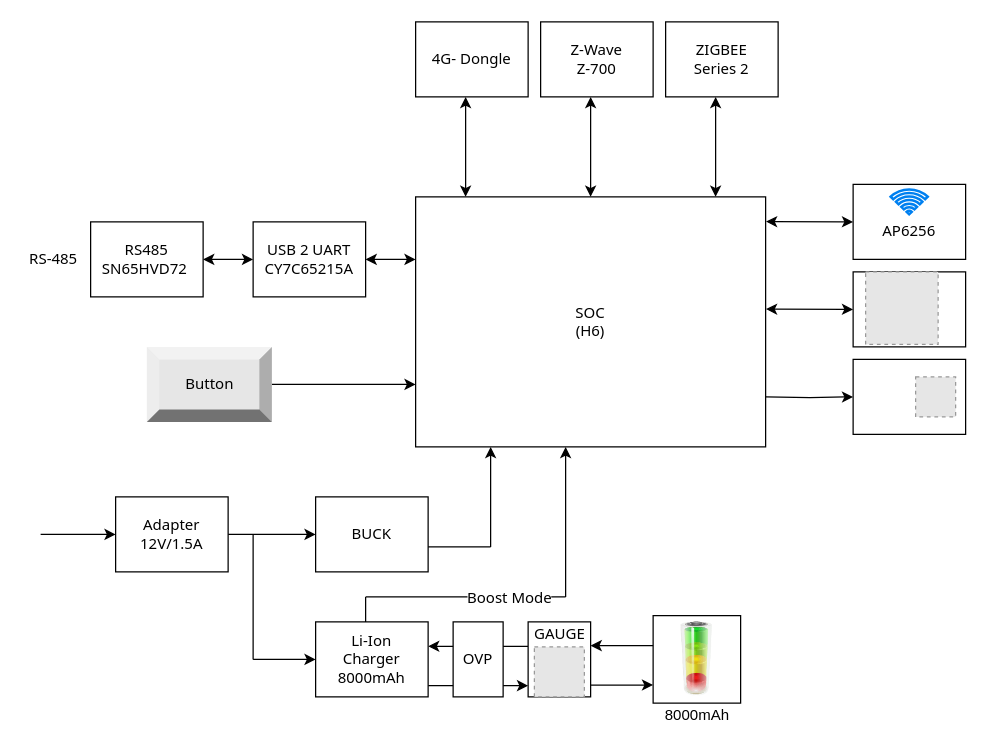
This is gateway.drawio from anhvanthe/01_my_drawio, a draw.io file, before an edit. Source tidied: cells renumbered, new cells numbered last; positions are measured from the earlier drawing's top-left corner, leaving out a move shared by most shapes. Both pictures are drawn from the tidied source at 125%, with x=0, y=0 at pixel (21, 21). Pictures stored in the file or linked from it are replaced by grey dashed boxes.
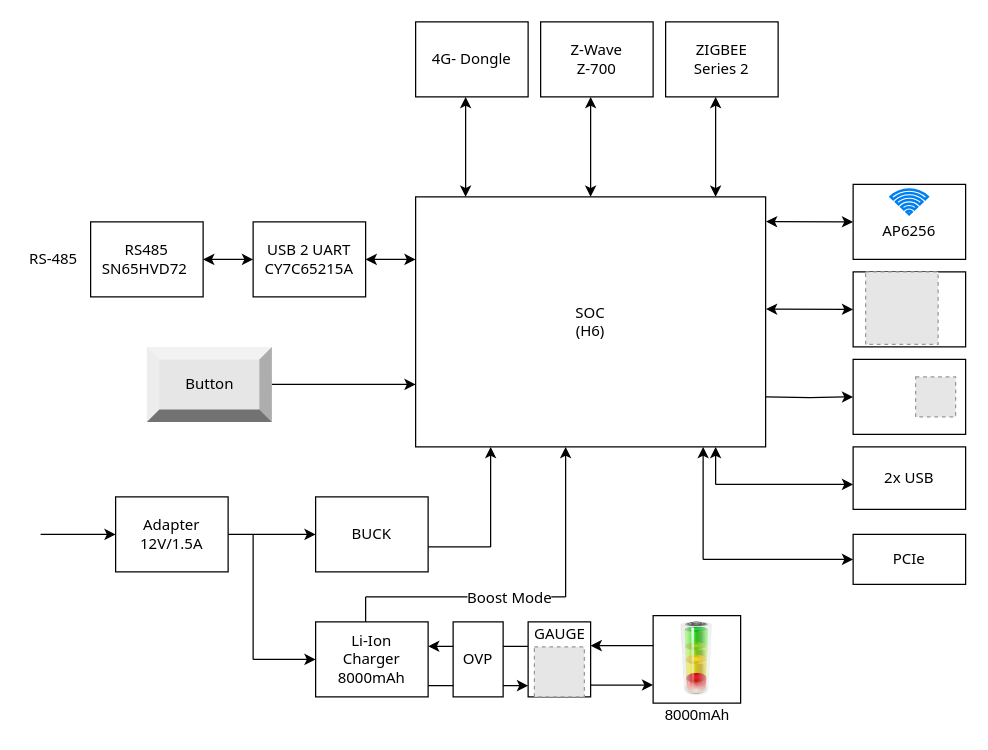
The same page after the edit.

What changed in the source:
```diff
@@
+    <mxCell id="49" value="2x USB" style="rounded=0;whiteSpace=wrap;html=1;fontFamily=Tahoma;" parent="1" vertex="1">
+      <mxGeometry x="665" y="340" width="90" height="50" as="geometry" />
+    </mxCell>
+    <mxCell id="50" style="endArrow=classic;html=1;" parent="1" edge="1">
+      <mxGeometry relative="1" as="geometry">
+        <mxPoint x="555" y="370" as="sourcePoint" />
+        <mxPoint x="665" y="370" as="targetPoint" />
+      </mxGeometry>
+    </mxCell>
+    <mxCell id="51" style="endArrow=none;html=1;startArrow=classic;startFill=1;" parent="1" edge="1">
+      <mxGeometry relative="1" as="geometry">
+        <mxPoint x="555" y="340" as="sourcePoint" />
+        <mxPoint x="555" y="370" as="targetPoint" />
+      </mxGeometry>
+    </mxCell>
+    <mxCell id="52" value="PCIe" style="rounded=0;whiteSpace=wrap;html=1;fontFamily=Tahoma;" parent="1" vertex="1">
+      <mxGeometry x="665" y="410" width="90" height="40" as="geometry" />
+    </mxCell>
+    <mxCell id="53" style="endArrow=classic;html=1;" parent="1" edge="1">
+      <mxGeometry relative="1" as="geometry">
+        <mxPoint x="545" y="430" as="sourcePoint" />
+        <mxPoint x="665" y="430" as="targetPoint" />
+      </mxGeometry>
+    </mxCell>
+    <mxCell id="54" style="endArrow=none;html=1;startArrow=classic;startFill=1;" parent="1" edge="1">
+      <mxGeometry relative="1" as="geometry">
+        <mxPoint x="545" y="340" as="sourcePoint" />
+        <mxPoint x="545" y="430" as="targetPoint" />
+      </mxGeometry>
+    </mxCell>
```
